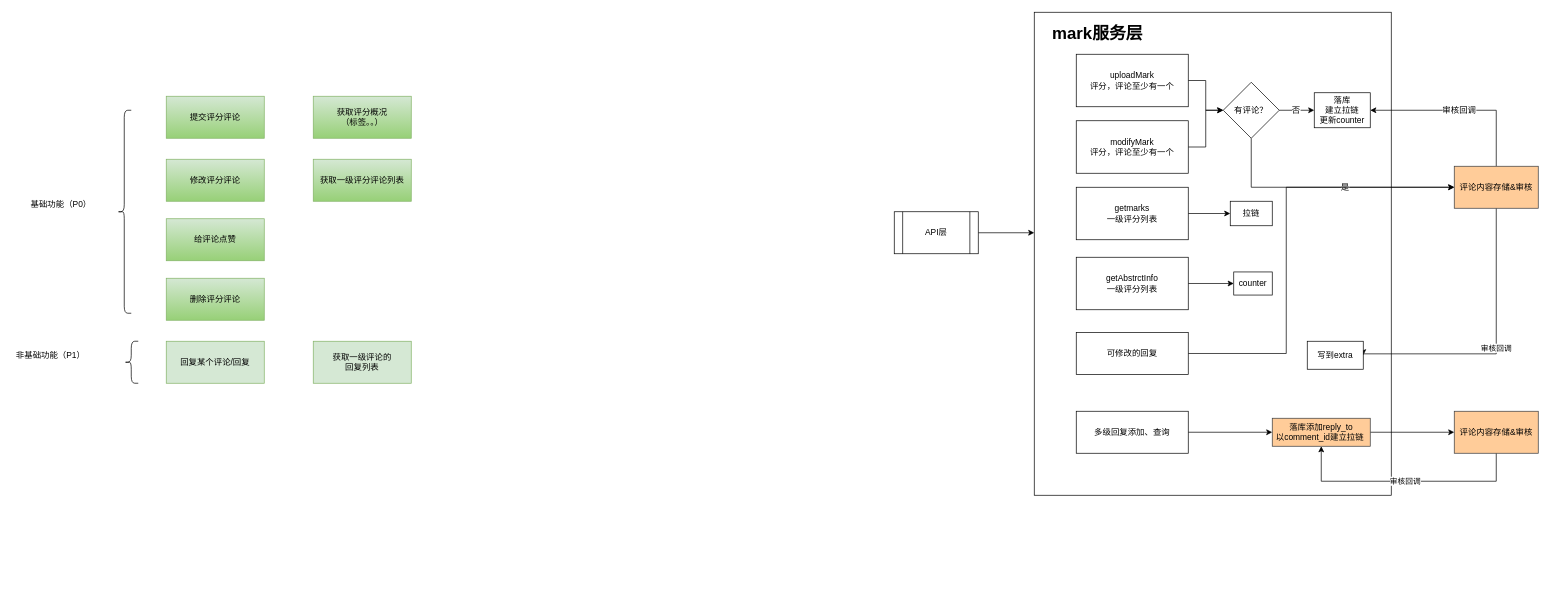
This is Untitled Diagram.drawio from vuuihc/note-blog, a draw.io file, before an edit. Source tidied: cells renumbered, new cells numbered last; positions are measured from the earlier drawing's top-left corner, leaving out a move shared by most shapes. Both pictures are drawn from the tidied source at 70%, with x=0, y=0 at pixel (12, 12).
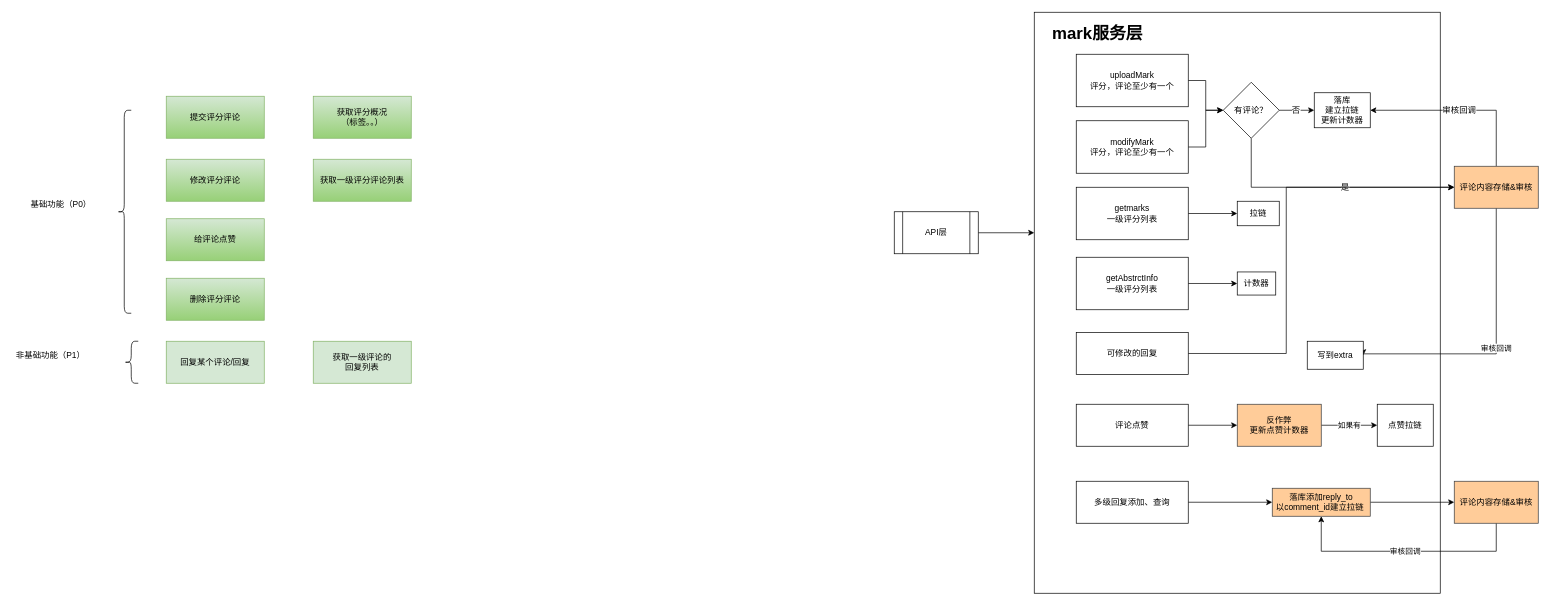
Above is the later version.

The edit, as a diff of the source:
```diff
@@
     <mxCell id="2" style="rounded=0;whiteSpace=wrap;html=1;" parent="1" vertex="1">
-      <mxGeometry x="1460" width="510" height="690" as="geometry" />
+      <mxGeometry x="1460" width="580" height="830" as="geometry" />
     </mxCell>
@@
-    <mxCell id="16" value="落库&lt;br&gt;建立拉链&lt;br&gt;更新counter&lt;br&gt;" style="rounded=0;whiteSpace=wrap;html=1;" parent="1" vertex="1">
+    <mxCell id="16" value="落库&lt;br&gt;建立拉链&lt;br&gt;更新计数器&lt;br&gt;" style="rounded=0;whiteSpace=wrap;html=1;" parent="1" vertex="1">
       <mxGeometry x="1860" y="115" width="80" height="50" as="geometry" />
     </mxCell>
@@
-    <mxCell id="27" value="counter&lt;br&gt;" style="rounded=0;whiteSpace=wrap;html=1;" parent="1" vertex="1">
-      <mxGeometry x="1745" y="371" width="55" height="33" as="geometry" />
+    <mxCell id="27" value="计数器&lt;br&gt;" style="rounded=0;whiteSpace=wrap;html=1;" parent="1" vertex="1">
+      <mxGeometry x="1750" y="371" width="55" height="33" as="geometry" />
     </mxCell>
     <mxCell id="28" value="拉链" style="rounded=0;whiteSpace=wrap;html=1;" parent="1" vertex="1">
-      <mxGeometry x="1740" y="270" width="60" height="35" as="geometry" />
+      <mxGeometry x="1750" y="270" width="60" height="35" as="geometry" />
     </mxCell>
@@
     <mxCell id="41" value="多级回复添加、查询" style="rounded=0;whiteSpace=wrap;html=1;" parent="1" vertex="1">
-      <mxGeometry x="1520" y="570" width="160" height="60" as="geometry" />
+      <mxGeometry x="1520" y="670" width="160" height="60" as="geometry" />
     </mxCell>
@@
     <mxCell id="44" value="落库添加reply_to&lt;br&gt;以comment_id建立拉链&amp;nbsp;" style="rounded=0;whiteSpace=wrap;html=1;fillColor=#ffcc99;strokeColor=#36393d;" parent="1" vertex="1">
-      <mxGeometry x="1800" y="580" width="140" height="40" as="geometry" />
+      <mxGeometry x="1800" y="680" width="140" height="40" as="geometry" />
     </mxCell>
     <mxCell id="45" value="审核回调" style="edgeStyle=orthogonalEdgeStyle;rounded=0;jettySize=auto;html=1;entryX=0.5;entryY=1;entryDx=0;entryDy=0;" parent="1" edge="1" source="46" target="44">
       <mxGeometry relative="1" as="geometry">
         <Array as="points">
-          <mxPoint x="2120" y="670" />
-          <mxPoint x="1870" y="670" />
+          <mxPoint x="2120" y="770" />
+          <mxPoint x="1870" y="770" />
         </Array>
       </mxGeometry>
     </mxCell>
     <mxCell id="46" value="评论内容存储&amp;amp;审核" style="rounded=0;whiteSpace=wrap;html=1;fillColor=#ffcc99;strokeColor=#36393d;" parent="1" vertex="1">
-      <mxGeometry x="2060" y="570" width="120" height="60" as="geometry" />
+      <mxGeometry x="2060" y="670" width="120" height="60" as="geometry" />
     </mxCell>
+    <mxCell id="47" style="edgeStyle=orthogonalEdgeStyle;rounded=0;jettySize=auto;html=1;entryX=0;entryY=0.5;entryDx=0;entryDy=0;" parent="1" edge="1" source="48" target="50">
+      <mxGeometry relative="1" as="geometry" />
+    </mxCell>
+    <mxCell id="48" value="评论点赞" style="rounded=0;whiteSpace=wrap;html=1;" parent="1" vertex="1">
+      <mxGeometry x="1520" y="560" width="160" height="60" as="geometry" />
+    </mxCell>
+    <mxCell id="49" value="如果有" style="edgeStyle=orthogonalEdgeStyle;rounded=0;jettySize=auto;html=1;exitX=1;exitY=0.5;exitDx=0;exitDy=0;entryX=0;entryY=0.5;entryDx=0;entryDy=0;" parent="1" edge="1" source="50" target="51">
+      <mxGeometry relative="1" as="geometry" />
+    </mxCell>
+    <mxCell id="50" value="反作弊&lt;br&gt;更新点赞计数器" style="rounded=0;whiteSpace=wrap;html=1;fillColor=#ffcc99;strokeColor=#36393d;" parent="1" vertex="1">
+      <mxGeometry x="1750" y="560" width="120" height="60" as="geometry" />
+    </mxCell>
+    <mxCell id="51" value="点赞拉链" style="rounded=0;whiteSpace=wrap;html=1;" parent="1" vertex="1">
+      <mxGeometry x="1950" y="560" width="80" height="60" as="geometry" />
+    </mxCell>
```
